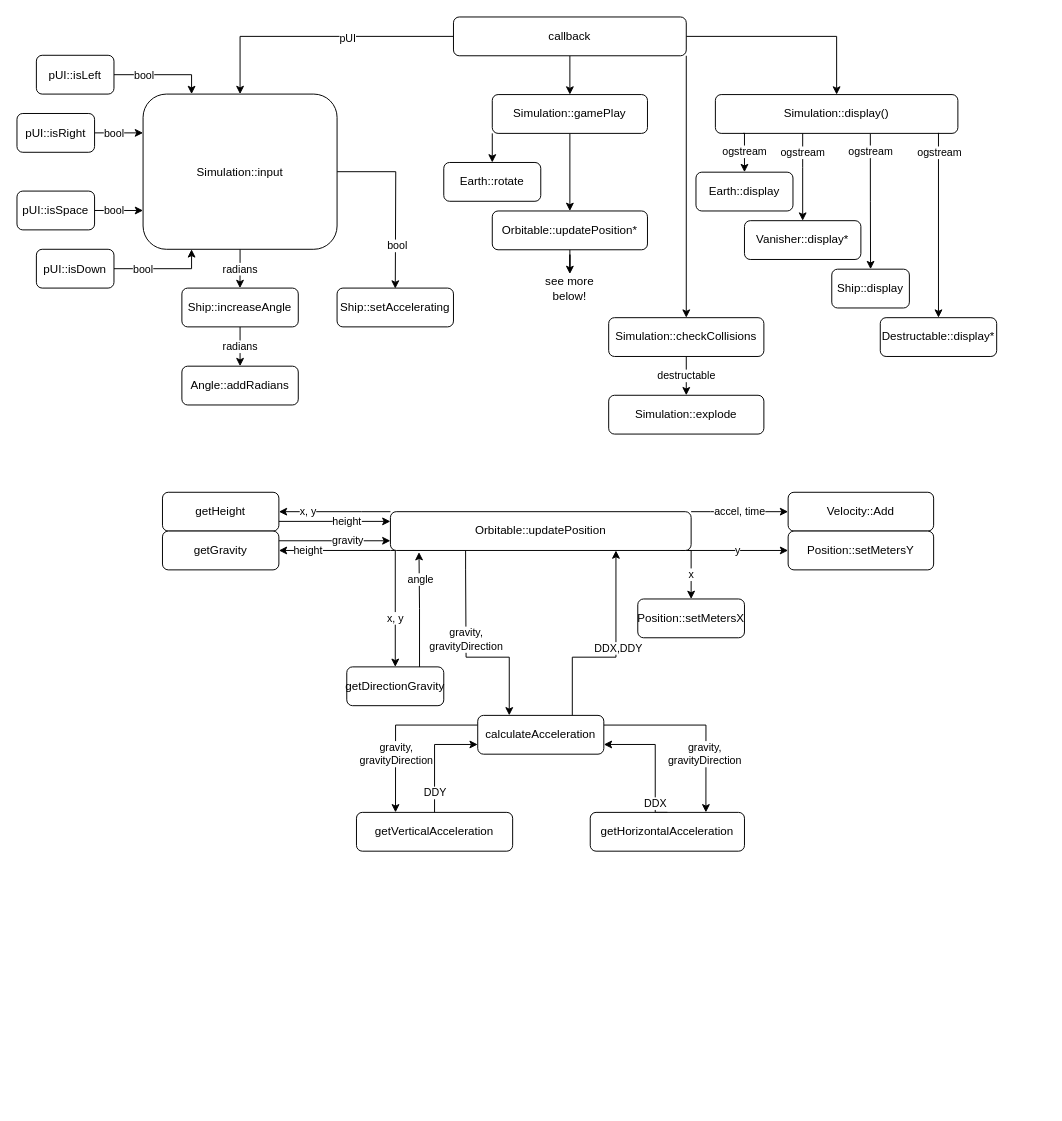
The draw.io diagram design_docs/orbital_structure_chart.drawio in JaromPD/orbital_simulator, before the edit. Source tidied: cells renumbered, new cells numbered last; positions are measured from the earlier drawing's top-left corner, leaving out a move shared by most shapes. Both pictures are drawn from the tidied source at 97%, with x=0, y=0 at pixel (16, 16).
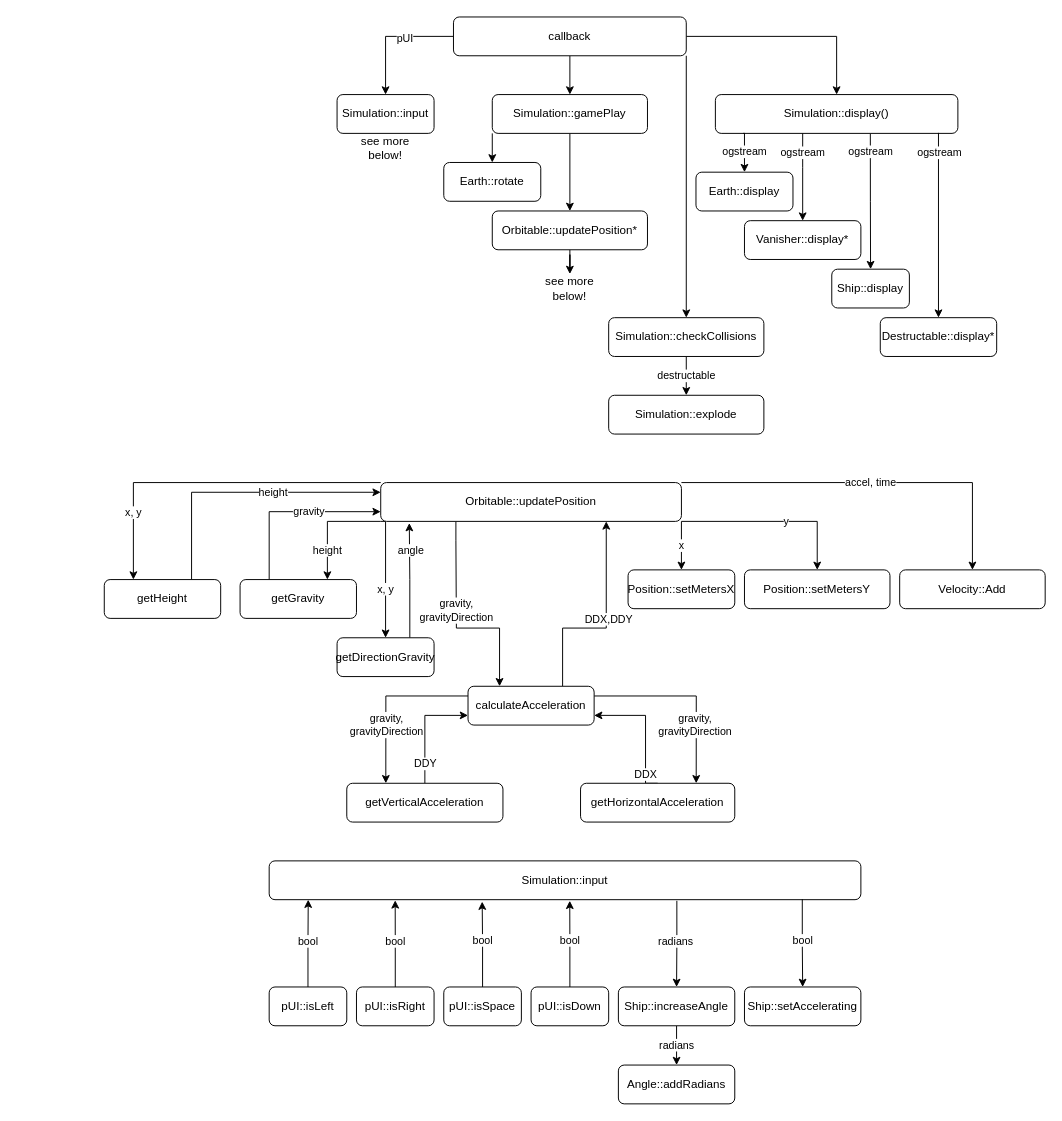
Above is the later version.

Commit message (it also covers changes not shown here):
Edited class_diagram and struct_chart

What changed in the source:
```diff
@@
-    <mxCell id="12" style="edgeStyle=orthogonalEdgeStyle;rounded=0;jettySize=auto;html=1;exitX=1;exitY=0.5;exitDx=0;exitDy=0;entryX=0.25;entryY=0;entryDx=0;entryDy=0;" parent="1" edge="1" source="37" target="20">
-      <mxGeometry relative="1" as="geometry" />
-    </mxCell>
-    <mxCell id="13" value="bool" style="edgeLabel;html=1;align=center;verticalAlign=middle;" parent="12" vertex="1">
-      <mxGeometry x="0.39" y="3" relative="1" as="geometry">
-        <mxPoint x="-40" y="3" as="offset" />
-      </mxGeometry>
-    </mxCell>
-    <mxCell id="14" value="bool" style="edgeStyle=orthogonalEdgeStyle;rounded=0;jettySize=auto;html=1;exitX=1;exitY=0.5;exitDx=0;exitDy=0;entryX=0;entryY=0.25;entryDx=0;entryDy=0;" parent="1" edge="1" source="38" target="20">
-      <mxGeometry x="-0.2" relative="1" as="geometry" />
-    </mxCell>
-    <mxCell id="15" value="bool" style="edgeStyle=orthogonalEdgeStyle;rounded=0;jettySize=auto;html=1;exitX=1;exitY=0.5;exitDx=0;exitDy=0;entryX=0;entryY=0.75;entryDx=0;entryDy=0;" parent="1" edge="1" source="39" target="20">
-      <mxGeometry x="-0.2" relative="1" as="geometry" />
-    </mxCell>
-    <mxCell id="16" value="bool" style="edgeStyle=orthogonalEdgeStyle;rounded=0;jettySize=auto;html=1;exitX=1;exitY=0.5;exitDx=0;exitDy=0;entryX=0.25;entryY=1;entryDx=0;entryDy=0;" parent="1" edge="1" source="40" target="20">
-      <mxGeometry x="-0.4" relative="1" as="geometry" />
-    </mxCell>
-    <mxCell id="17" value="radians" style="edgeStyle=orthogonalEdgeStyle;rounded=0;jettySize=auto;html=1;exitX=0.5;exitY=1;exitDx=0;exitDy=0;" parent="1" edge="1" source="20">
-      <mxGeometry x="0.04" relative="1" as="geometry">
-        <mxPoint x="229.9" y="279.5" as="targetPoint" />
-      </mxGeometry>
-    </mxCell>
-    <mxCell id="18" style="edgeStyle=orthogonalEdgeStyle;rounded=0;jettySize=auto;html=1;exitX=1;exitY=0.5;exitDx=0;exitDy=0;" parent="1" edge="1" source="20">
-      <mxGeometry relative="1" as="geometry">
-        <mxPoint x="390" y="280" as="targetPoint" />
-      </mxGeometry>
-    </mxCell>
-    <mxCell id="19" value="bool" style="edgeLabel;html=1;align=center;verticalAlign=middle;" parent="18" vertex="1">
-      <mxGeometry x="0.5" y="1" relative="1" as="geometry" />
-    </mxCell>
     <mxCell id="20" value="Simulation::input" style="rounded=1;whiteSpace=wrap;html=1;" parent="1" vertex="1">
-      <mxGeometry x="130" y="79.5" width="200" height="160" as="geometry" />
+      <mxGeometry x="330" y="80" width="100" height="40" as="geometry" />
     </mxCell>
@@
-    <mxCell id="37" value="pUI::isLeft" style="rounded=1;whiteSpace=wrap;html=1;" parent="1" vertex="1">
-      <mxGeometry x="20" y="39.5" width="80" height="40" as="geometry" />
-    </mxCell>
-    <mxCell id="38" value="pUI::isRight" style="rounded=1;whiteSpace=wrap;html=1;" parent="1" vertex="1">
-      <mxGeometry y="99.5" width="80" height="40" as="geometry" />
-    </mxCell>
-    <mxCell id="39" value="pUI::isSpace" style="rounded=1;whiteSpace=wrap;html=1;" parent="1" vertex="1">
-      <mxGeometry y="179.5" width="80" height="40" as="geometry" />
-    </mxCell>
-    <mxCell id="40" value="pUI::isDown" style="rounded=1;whiteSpace=wrap;html=1;" parent="1" vertex="1">
-      <mxGeometry x="20" y="239.5" width="80" height="40" as="geometry" />
-    </mxCell>
-    <mxCell id="41" value="radians" style="edgeStyle=orthogonalEdgeStyle;rounded=0;jettySize=auto;html=1;exitX=0.5;exitY=1;exitDx=0;exitDy=0;entryX=0.5;entryY=0;entryDx=0;entryDy=0;" parent="1" edge="1" source="42" target="44">
-      <mxGeometry relative="1" as="geometry" />
-    </mxCell>
-    <mxCell id="42" value="Ship::increaseAngle" style="rounded=1;whiteSpace=wrap;html=1;" parent="1" vertex="1">
-      <mxGeometry x="170" y="279.5" width="120" height="40" as="geometry" />
-    </mxCell>
-    <mxCell id="43" value="Ship::setAccelerating" style="rounded=1;whiteSpace=wrap;html=1;" parent="1" vertex="1">
-      <mxGeometry x="330" y="279.5" width="120" height="40" as="geometry" />
-    </mxCell>
-    <mxCell id="44" value="Angle::addRadians" style="rounded=1;whiteSpace=wrap;html=1;" parent="1" vertex="1">
-      <mxGeometry x="170" y="360" width="120" height="40" as="geometry" />
-    </mxCell>
@@
-    <mxCell id="46" value="x, y" style="edgeStyle=orthogonalEdgeStyle;rounded=0;jettySize=auto;html=1;exitX=0;exitY=0;exitDx=0;exitDy=0;entryX=1;entryY=0.5;entryDx=0;entryDy=0;" parent="1" edge="1" source="53" target="55">
-      <mxGeometry x="0.48" relative="1" as="geometry">
+    <mxCell id="46" value="x, y" style="edgeStyle=orthogonalEdgeStyle;rounded=0;jettySize=auto;html=1;exitX=0;exitY=0;exitDx=0;exitDy=0;entryX=0.25;entryY=0;entryDx=0;entryDy=0;" parent="1" edge="1" source="53" target="55">
+      <mxGeometry x="0.61" relative="1" as="geometry">
         <Array as="points">
-          <mxPoint x="355" y="510" />
-          <mxPoint x="355" y="510" />
+          <mxPoint x="120" y="480" />
         </Array>
       </mxGeometry>
     </mxCell>
-    <mxCell id="47" value="height" style="edgeStyle=orthogonalEdgeStyle;rounded=0;jettySize=auto;html=1;exitX=0;exitY=1;exitDx=0;exitDy=0;entryX=1;entryY=0.5;entryDx=0;entryDy=0;" parent="1" edge="1" source="53" target="58">
+    <mxCell id="47" value="height" style="edgeStyle=orthogonalEdgeStyle;rounded=0;jettySize=auto;html=1;exitX=0;exitY=1;exitDx=0;exitDy=0;entryX=0.75;entryY=0;entryDx=0;entryDy=0;" parent="1" edge="1" source="53" target="58">
       <mxGeometry x="0.48" relative="1" as="geometry">
         <Array as="points">
-          <mxPoint x="365" y="550" />
-          <mxPoint x="365" y="550" />
+          <mxPoint x="320" y="520" />
         </Array>
       </mxGeometry>
     </mxCell>
-    <mxCell id="48" value="accel, time" style="edgeStyle=orthogonalEdgeStyle;rounded=0;jettySize=auto;html=1;exitX=1;exitY=0;exitDx=0;exitDy=0;entryX=0;entryY=0.5;entryDx=0;entryDy=0;" parent="1" edge="1" source="53" target="71">
+    <mxCell id="48" value="accel, time" style="edgeStyle=orthogonalEdgeStyle;rounded=0;jettySize=auto;html=1;exitX=1;exitY=0;exitDx=0;exitDy=0;entryX=0.5;entryY=0;entryDx=0;entryDy=0;" parent="1" edge="1" source="53" target="71">
       <mxGeometry relative="1" as="geometry">
         <Array as="points">
-          <mxPoint x="715" y="510" />
-          <mxPoint x="715" y="510" />
+          <mxPoint x="985" y="480" />
         </Array>
       </mxGeometry>
     </mxCell>
     <mxCell id="49" style="edgeStyle=orthogonalEdgeStyle;rounded=0;jettySize=auto;html=1;exitX=0.25;exitY=1;exitDx=0;exitDy=0;entryX=0.25;entryY=0;entryDx=0;entryDy=0;" parent="1" edge="1" source="53" target="68">
       <mxGeometry relative="1" as="geometry">
         <Array as="points">
-          <mxPoint x="463" y="570" />
-          <mxPoint x="463" y="570" />
-          <mxPoint x="463" y="660" />
-          <mxPoint x="508" y="660" />
+          <mxPoint x="453" y="540" />
+          <mxPoint x="453" y="540" />
+          <mxPoint x="453" y="630" />
+          <mxPoint x="498" y="630" />
         </Array>
       </mxGeometry>
     </mxCell>
@@
-    <mxCell id="51" value="y" style="edgeStyle=orthogonalEdgeStyle;rounded=0;jettySize=auto;html=1;exitX=1;exitY=1;exitDx=0;exitDy=0;entryX=0;entryY=0.5;entryDx=0;entryDy=0;" parent="1" edge="1" source="53" target="72">
+    <mxCell id="51" value="y" style="edgeStyle=orthogonalEdgeStyle;rounded=0;jettySize=auto;html=1;exitX=1;exitY=1;exitDx=0;exitDy=0;entryX=0.5;entryY=0;entryDx=0;entryDy=0;" parent="1" edge="1" source="53" target="72">
       <mxGeometry x="0.14" relative="1" as="geometry">
         <Array as="points">
-          <mxPoint x="685" y="550" />
-          <mxPoint x="685" y="550" />
+          <mxPoint x="825" y="520" />
         </Array>
       </mxGeometry>
     </mxCell>
     <mxCell id="52" value="x, y" style="edgeStyle=orthogonalEdgeStyle;rounded=0;jettySize=auto;html=1;exitX=0;exitY=1;exitDx=0;exitDy=0;entryX=0.5;entryY=0;entryDx=0;entryDy=0;" parent="1" edge="1" source="53" target="61">
       <mxGeometry x="0.2" relative="1" as="geometry">
         <Array as="points">
-          <mxPoint x="390" y="550" />
+          <mxPoint x="380" y="520" />
         </Array>
       </mxGeometry>
     </mxCell>
     <mxCell id="53" value="Orbitable::updatePosition" style="rounded=1;whiteSpace=wrap;html=1;" parent="1" vertex="1">
-      <mxGeometry x="385" y="510" width="310" height="40" as="geometry" />
+      <mxGeometry x="375" y="480" width="310" height="40" as="geometry" />
     </mxCell>
-    <mxCell id="54" value="height" style="edgeStyle=orthogonalEdgeStyle;rounded=0;jettySize=auto;html=1;exitX=1;exitY=0.75;exitDx=0;exitDy=0;entryX=0;entryY=0.25;entryDx=0;entryDy=0;" parent="1" edge="1" source="55" target="53">
+    <mxCell id="54" value="height" style="edgeStyle=orthogonalEdgeStyle;rounded=0;jettySize=auto;html=1;exitX=0.75;exitY=0;exitDx=0;exitDy=0;entryX=0;entryY=0.25;entryDx=0;entryDy=0;" parent="1" edge="1" source="55" target="53">
       <mxGeometry x="0.22" relative="1" as="geometry" />
     </mxCell>
     <mxCell id="55" value="getHeight" style="rounded=1;whiteSpace=wrap;html=1;" parent="1" vertex="1">
-      <mxGeometry x="150" y="490" width="120" height="40" as="geometry" />
+      <mxGeometry x="90" y="580" width="120" height="40" as="geometry" />
     </mxCell>
-    <mxCell id="56" style="edgeStyle=orthogonalEdgeStyle;rounded=0;jettySize=auto;html=1;exitX=1;exitY=0.25;exitDx=0;exitDy=0;entryX=0;entryY=0.75;entryDx=0;entryDy=0;" parent="1" edge="1" source="58" target="53">
-      <mxGeometry relative="1" as="geometry" />
+    <mxCell id="56" style="edgeStyle=orthogonalEdgeStyle;rounded=0;jettySize=auto;html=1;exitX=0.25;exitY=0;exitDx=0;exitDy=0;entryX=0;entryY=0.75;entryDx=0;entryDy=0;" parent="1" edge="1" source="58" target="53">
+      <mxGeometry relative="1" as="geometry">
+        <Array as="points">
+          <mxPoint x="260" y="510" />
+        </Array>
+      </mxGeometry>
     </mxCell>
@@
     <mxCell id="58" value="getGravity" style="rounded=1;whiteSpace=wrap;html=1;" parent="1" vertex="1">
-      <mxGeometry x="150" y="530" width="120" height="40" as="geometry" />
+      <mxGeometry x="230" y="580" width="120" height="40" as="geometry" />
     </mxCell>
@@
     <mxCell id="61" value="getDirectionGravity" style="rounded=1;whiteSpace=wrap;html=1;" parent="1" vertex="1">
-      <mxGeometry x="340" y="670" width="100" height="40" as="geometry" />
+      <mxGeometry x="330" y="640" width="100" height="40" as="geometry" />
     </mxCell>
@@
     <mxCell id="66" style="edgeStyle=orthogonalEdgeStyle;rounded=0;jettySize=auto;html=1;exitX=0.75;exitY=0;exitDx=0;exitDy=0;entryX=0.75;entryY=1;entryDx=0;entryDy=0;" parent="1" edge="1" source="68" target="53">
       <mxGeometry relative="1" as="geometry">
         <Array as="points">
-          <mxPoint x="573" y="660" />
-          <mxPoint x="618" y="660" />
+          <mxPoint x="563" y="630" />
+          <mxPoint x="608" y="630" />
         </Array>
       </mxGeometry>
     </mxCell>
@@
     <mxCell id="68" value="calculateAcceleration" style="rounded=1;whiteSpace=wrap;html=1;" parent="1" vertex="1">
-      <mxGeometry x="475" y="720" width="130" height="40" as="geometry" />
+      <mxGeometry x="465" y="690" width="130" height="40" as="geometry" />
     </mxCell>
     <mxCell id="69" value="x" style="edgeStyle=orthogonalEdgeStyle;rounded=0;jettySize=auto;html=1;exitX=1;exitY=1;exitDx=0;exitDy=0;entryX=0.5;entryY=0;entryDx=0;entryDy=0;" parent="1" edge="1" source="53" target="70">
       <mxGeometry relative="1" as="geometry">
         <Array as="points">
-          <mxPoint x="695" y="570" />
-          <mxPoint x="695" y="570" />
+          <mxPoint x="685" y="540" />
+          <mxPoint x="685" y="540" />
         </Array>
       </mxGeometry>
     </mxCell>
     <mxCell id="70" value="Position::setMetersX" style="rounded=1;whiteSpace=wrap;html=1;" parent="1" vertex="1">
-      <mxGeometry x="640" y="600" width="110" height="40" as="geometry" />
+      <mxGeometry x="630" y="570" width="110" height="40" as="geometry" />
     </mxCell>
     <mxCell id="71" value="Velocity::Add" style="rounded=1;whiteSpace=wrap;html=1;" parent="1" vertex="1">
-      <mxGeometry x="795" y="490" width="150" height="40" as="geometry" />
+      <mxGeometry x="910" y="570" width="150" height="40" as="geometry" />
     </mxCell>
     <mxCell id="72" value="Position::setMetersY" style="rounded=1;whiteSpace=wrap;html=1;" parent="1" vertex="1">
-      <mxGeometry x="795" y="530" width="150" height="40" as="geometry" />
+      <mxGeometry x="750" y="570" width="150" height="40" as="geometry" />
     </mxCell>
@@
     <mxCell id="74" value="getVerticalAcceleration" style="rounded=1;whiteSpace=wrap;html=1;" parent="1" vertex="1">
-      <mxGeometry x="350" y="820" width="161" height="40" as="geometry" />
+      <mxGeometry x="340" y="790" width="161" height="40" as="geometry" />
     </mxCell>
     <mxCell id="75" value="DDX" style="edgeStyle=orthogonalEdgeStyle;rounded=0;jettySize=auto;html=1;exitX=0.5;exitY=0;exitDx=0;exitDy=0;entryX=1;entryY=0.75;entryDx=0;entryDy=0;" parent="1" edge="1" source="76" target="68">
       <mxGeometry x="-0.67" relative="1" as="geometry">
         <Array as="points">
-          <mxPoint x="658" y="750" />
+          <mxPoint x="648" y="720" />
         </Array>
       </mxGeometry>
     </mxCell>
     <mxCell id="76" value="getHorizontalAcceleration" style="rounded=1;whiteSpace=wrap;html=1;" parent="1" vertex="1">
-      <mxGeometry x="591" y="820" width="159" height="40" as="geometry" />
+      <mxGeometry x="581" y="790" width="159" height="40" as="geometry" />
     </mxCell>
+    <mxCell id="17" value="radians" style="edgeStyle=orthogonalEdgeStyle;rounded=0;jettySize=auto;html=1;exitX=0.689;exitY=1.029;exitDx=0;exitDy=0;exitPerimeter=0;entryX=0.5;entryY=0;entryDx=0;entryDy=0;" parent="1" edge="1" source="77" target="42">
+      <mxGeometry x="-0.06" y="-1" relative="1" as="geometry" />
+    </mxCell>
+    <mxCell id="77" value="Simulation::input" style="rounded=1;whiteSpace=wrap;html=1;" parent="1" vertex="1">
+      <mxGeometry x="260" y="870" width="610" height="40" as="geometry" />
+    </mxCell>
+    <mxCell id="78" style="edgeStyle=orthogonalEdgeStyle;rounded=0;jettySize=auto;html=1;exitX=0.5;exitY=0;exitDx=0;exitDy=0;entryX=0.066;entryY=1;entryDx=0;entryDy=0;entryPerimeter=0;" parent="1" edge="1" source="37" target="77">
+      <mxGeometry relative="1" as="geometry" />
+    </mxCell>
+    <mxCell id="79" value="bool" style="edgeLabel;html=1;align=center;verticalAlign=middle;" parent="78" vertex="1">
+      <mxGeometry x="0.07" y="1" relative="1" as="geometry" />
+    </mxCell>
+    <mxCell id="37" value="pUI::isLeft" style="rounded=1;whiteSpace=wrap;html=1;" parent="1" vertex="1">
+      <mxGeometry x="260" y="1000" width="80" height="40" as="geometry" />
+    </mxCell>
+    <mxCell id="80" style="edgeStyle=orthogonalEdgeStyle;rounded=0;jettySize=auto;html=1;exitX=0.5;exitY=0;exitDx=0;exitDy=0;entryX=0.213;entryY=1.017;entryDx=0;entryDy=0;entryPerimeter=0;" parent="1" edge="1" source="38" target="77">
+      <mxGeometry relative="1" as="geometry" />
+    </mxCell>
+    <mxCell id="81" value="bool" style="edgeLabel;html=1;align=center;verticalAlign=middle;" parent="80" vertex="1">
+      <mxGeometry x="0.11" relative="1" as="geometry">
+        <mxPoint y="2" as="offset" />
+      </mxGeometry>
+    </mxCell>
+    <mxCell id="38" value="pUI::isRight" style="rounded=1;whiteSpace=wrap;html=1;" parent="1" vertex="1">
+      <mxGeometry x="350" y="1000" width="80" height="40" as="geometry" />
+    </mxCell>
+    <mxCell id="82" value="bool" style="edgeStyle=orthogonalEdgeStyle;rounded=0;jettySize=auto;html=1;exitX=0.5;exitY=0;exitDx=0;exitDy=0;entryX=0.36;entryY=1.05;entryDx=0;entryDy=0;entryPerimeter=0;" parent="1" edge="1" source="39" target="77">
+      <mxGeometry x="0.09" relative="1" as="geometry" />
+    </mxCell>
+    <mxCell id="39" value="pUI::isSpace" style="rounded=1;whiteSpace=wrap;html=1;" parent="1" vertex="1">
+      <mxGeometry x="440" y="1000" width="80" height="40" as="geometry" />
+    </mxCell>
+    <mxCell id="83" value="bool" style="edgeStyle=orthogonalEdgeStyle;rounded=0;jettySize=auto;html=1;exitX=0.5;exitY=0;exitDx=0;exitDy=0;entryX=0.508;entryY=1.028;entryDx=0;entryDy=0;entryPerimeter=0;" parent="1" edge="1" source="40" target="77">
+      <mxGeometry x="0.09" relative="1" as="geometry" />
+    </mxCell>
+    <mxCell id="40" value="pUI::isDown" style="rounded=1;whiteSpace=wrap;html=1;" parent="1" vertex="1">
+      <mxGeometry x="530" y="1000" width="80" height="40" as="geometry" />
+    </mxCell>
+    <mxCell id="41" value="radians" style="edgeStyle=orthogonalEdgeStyle;rounded=0;jettySize=auto;html=1;exitX=0.5;exitY=1;exitDx=0;exitDy=0;entryX=0.5;entryY=0;entryDx=0;entryDy=0;" parent="1" edge="1" source="42" target="44">
+      <mxGeometry relative="1" as="geometry" />
+    </mxCell>
+    <mxCell id="42" value="Ship::increaseAngle" style="rounded=1;whiteSpace=wrap;html=1;" parent="1" vertex="1">
+      <mxGeometry x="620" y="1000" width="120" height="40" as="geometry" />
+    </mxCell>
+    <mxCell id="84" value="bool" style="edgeStyle=orthogonalEdgeStyle;rounded=0;jettySize=auto;html=1;exitX=0.901;exitY=0.989;exitDx=0;exitDy=0;entryX=0.5;entryY=0;entryDx=0;entryDy=0;exitPerimeter=0;" parent="1" edge="1" source="77" target="43">
+      <mxGeometry x="-0.07" relative="1" as="geometry" />
+    </mxCell>
+    <mxCell id="43" value="Ship::setAccelerating" style="rounded=1;whiteSpace=wrap;html=1;" parent="1" vertex="1">
+      <mxGeometry x="750" y="1000" width="120" height="40" as="geometry" />
+    </mxCell>
+    <mxCell id="44" value="Angle::addRadians" style="rounded=1;whiteSpace=wrap;html=1;" parent="1" vertex="1">
+      <mxGeometry x="620" y="1080.5" width="120" height="40" as="geometry" />
+    </mxCell>
+    <mxCell id="85" value="see more below!" style="text;html=1;strokeColor=none;fillColor=none;align=center;verticalAlign=middle;whiteSpace=wrap;rounded=0;" parent="1" vertex="1">
+      <mxGeometry x="350" y="120" width="60" height="30" as="geometry" />
+    </mxCell>
```
